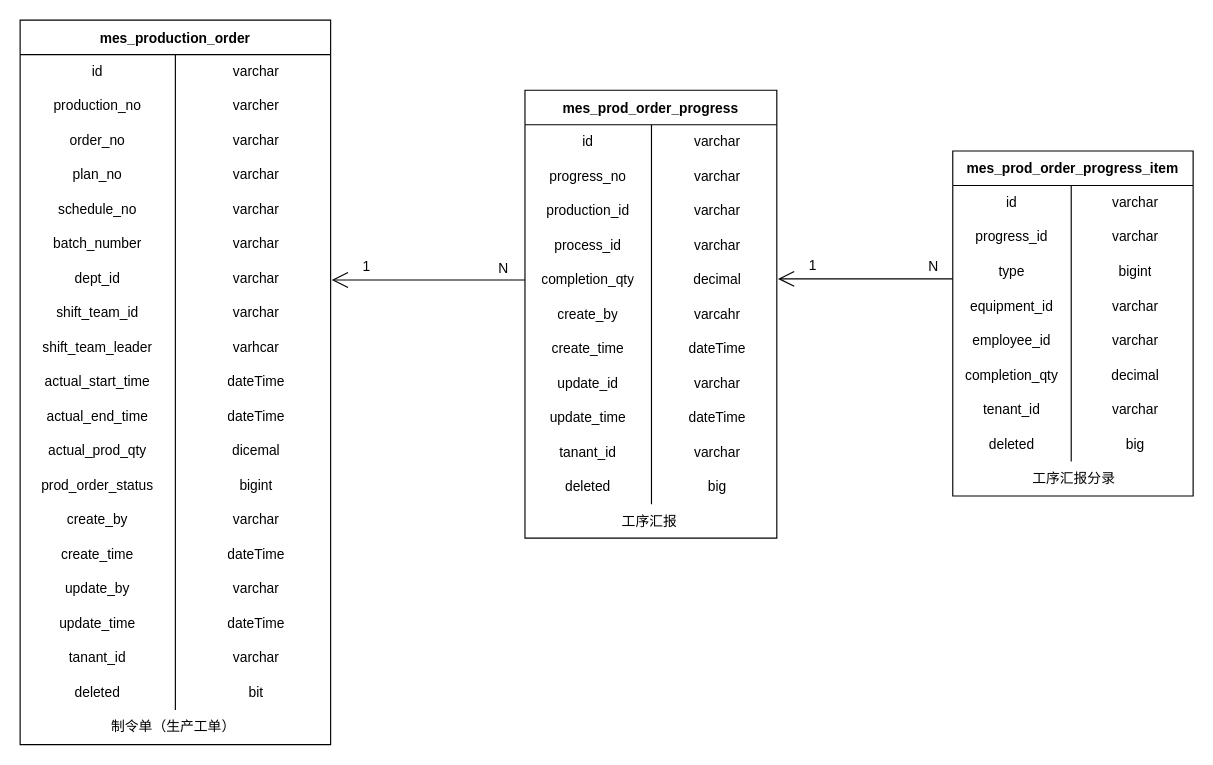
The draw.io diagram page "制令单管理" (1 of 7) of 数据表.drawio in KNAI-I/test, before the edit. Source tidied: cells renumbered, new cells numbered last; positions are measured from the earlier drawing's top-left corner, leaving out a move shared by most shapes. Both pictures are drawn from the tidied source at 115%, with x=0, y=0 at pixel (20, 20).
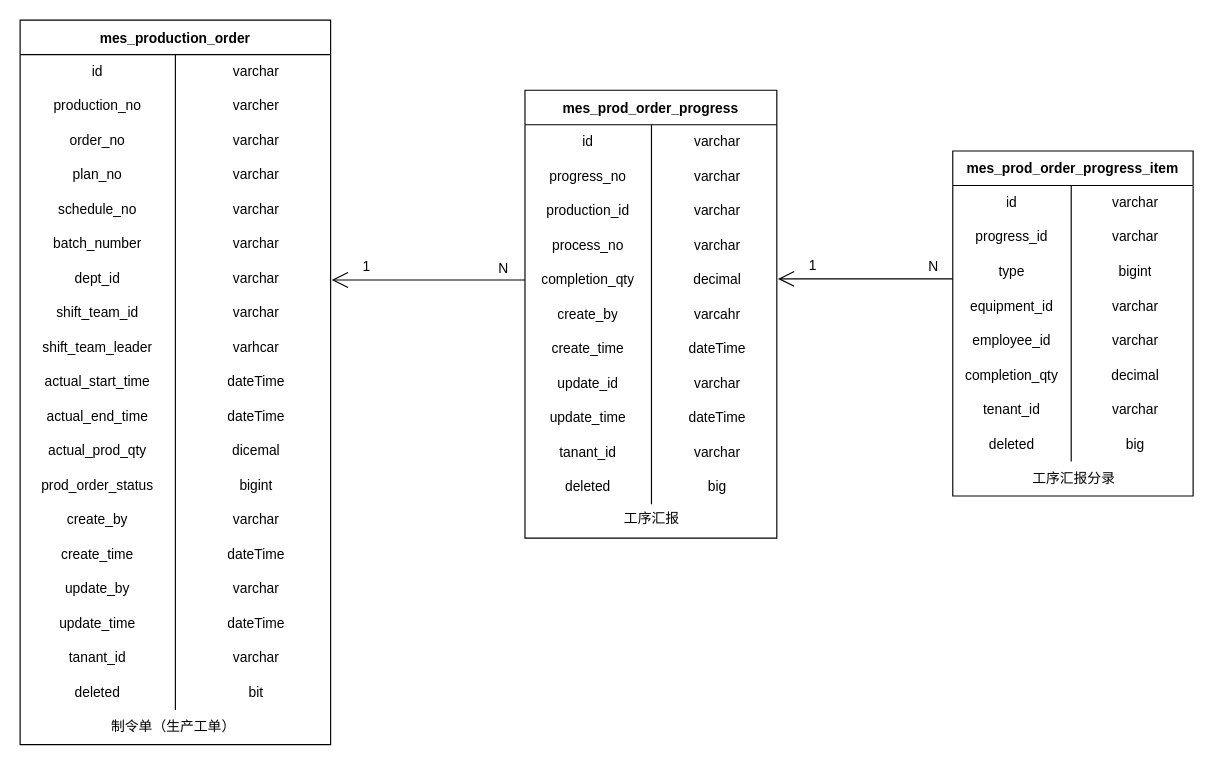
Above is the later version.

The change refers to these unchanged cells:
```xml
<mxCell id="70" style="shape=tableRow;horizontal=0;startSize=0;swimlaneHead=0;swimlaneBody=0;top=0;left=0;bottom=0;right=0;fillColor=none;" parent="60" vertex="1">
  <mxGeometry y="120" width="219" height="30" as="geometry" />
</mxCell>
```

What changed in the source:
```diff
@@
-    <mxCell id="71" value="process_id" style="shape=partialRectangle;html=1;whiteSpace=wrap;fillColor=none;top=0;left=0;bottom=0;right=0;overflow=hidden;" parent="70" vertex="1">
+    <mxCell id="71" value="process_no" style="shape=partialRectangle;html=1;whiteSpace=wrap;fillColor=none;top=0;left=0;bottom=0;right=0;overflow=hidden;" parent="70" vertex="1">
       <mxGeometry width="110" height="30" as="geometry" />
     </mxCell>
@@
     <mxCell id="95" value="工序汇报" style="text;html=1;align=center;verticalAlign=middle;strokeColor=none;fillColor=none;" parent="1" vertex="1">
-      <mxGeometry x="511.5" y="420.5" width="70" height="30" as="geometry" />
+      <mxGeometry x="513.5" y="419" width="70" height="30" as="geometry" />
     </mxCell>
```
